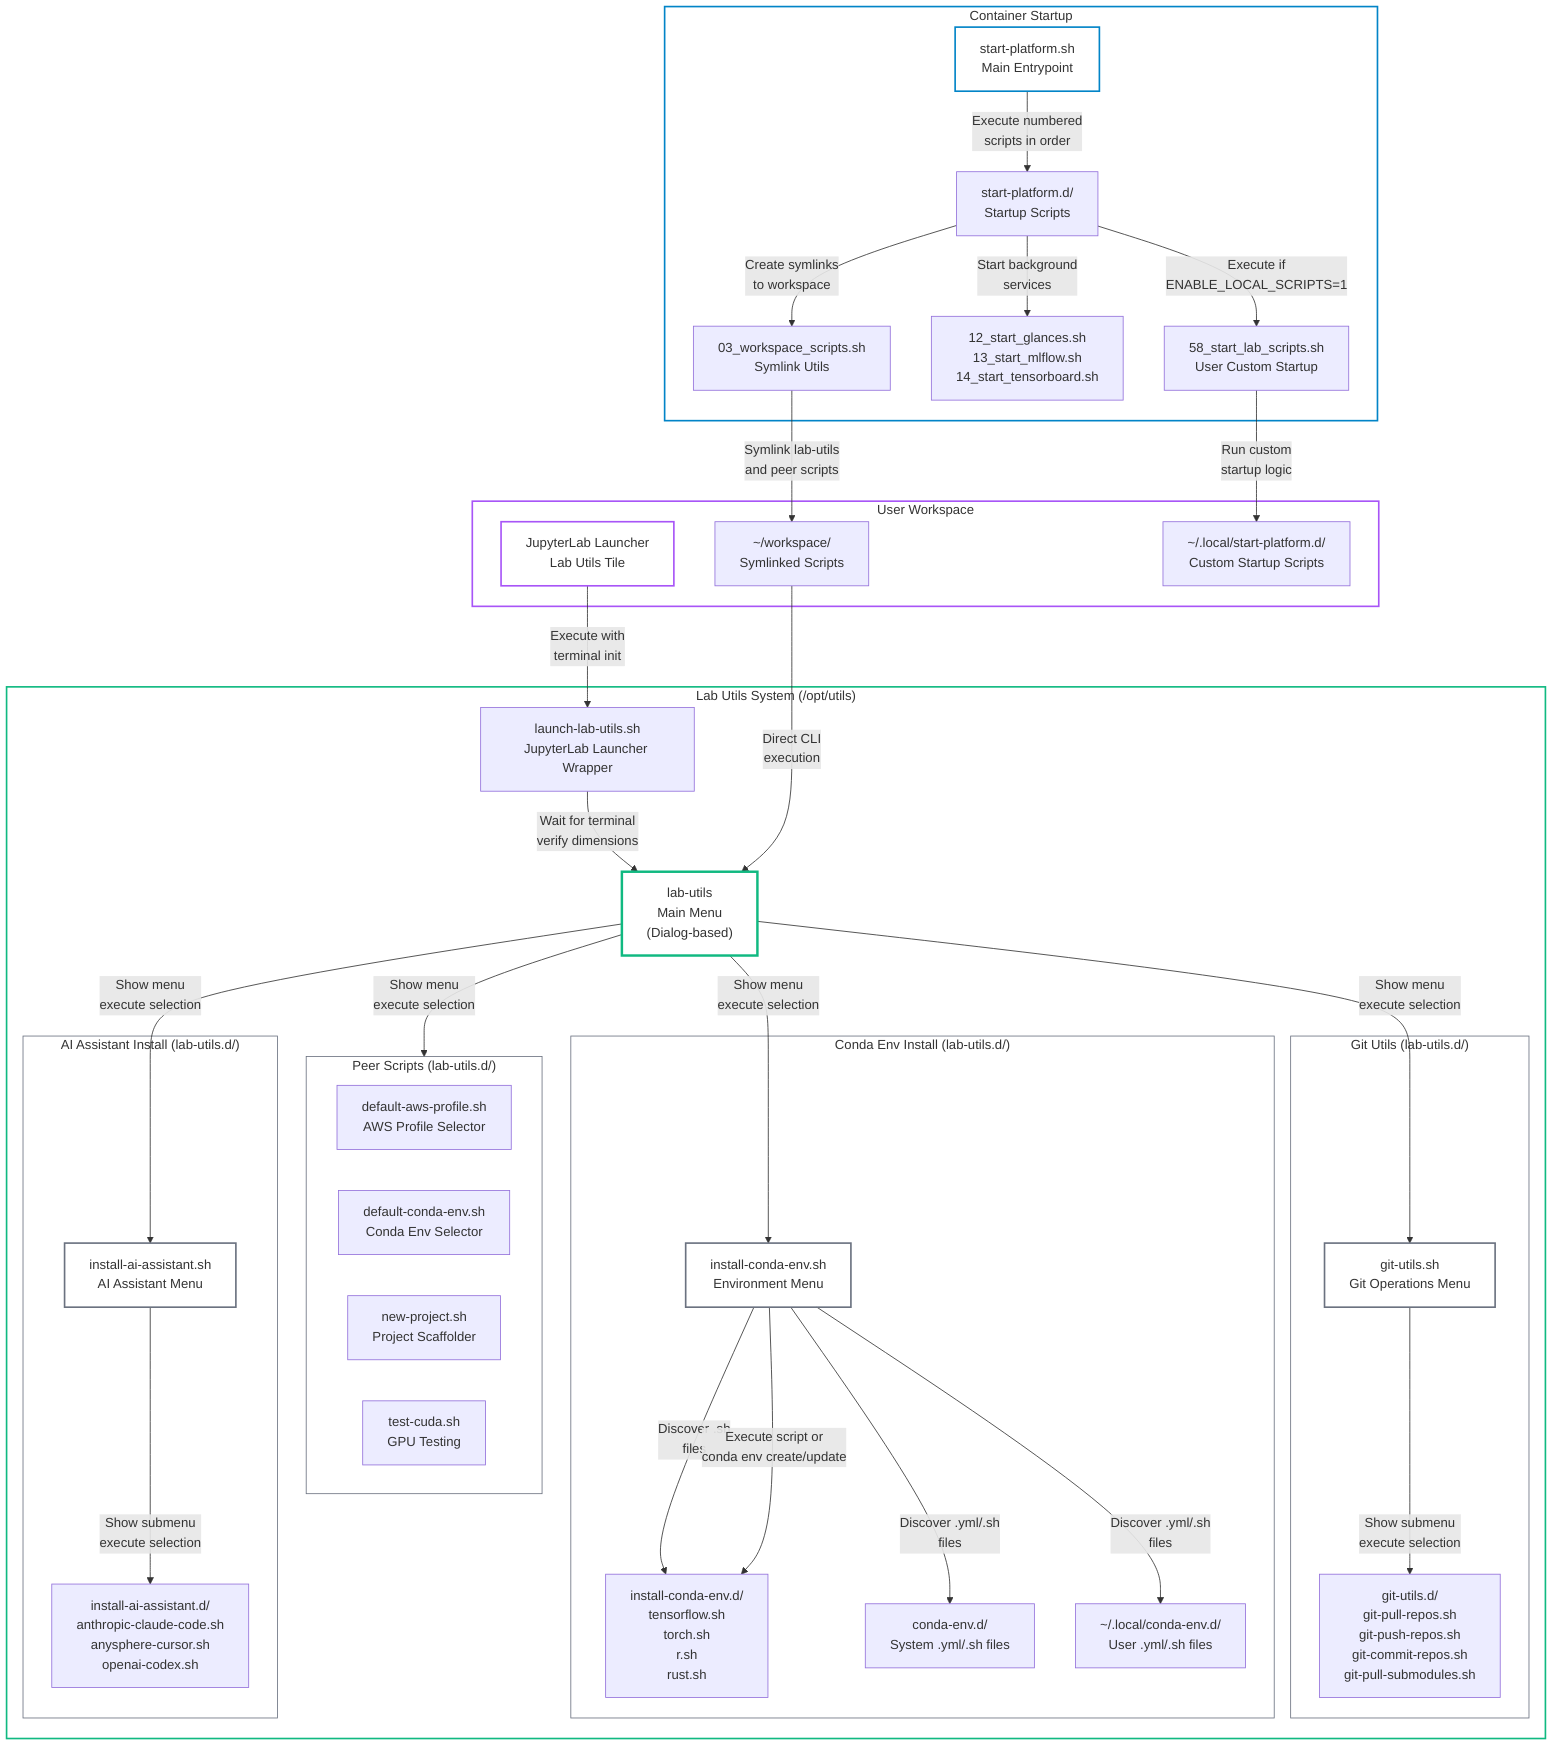
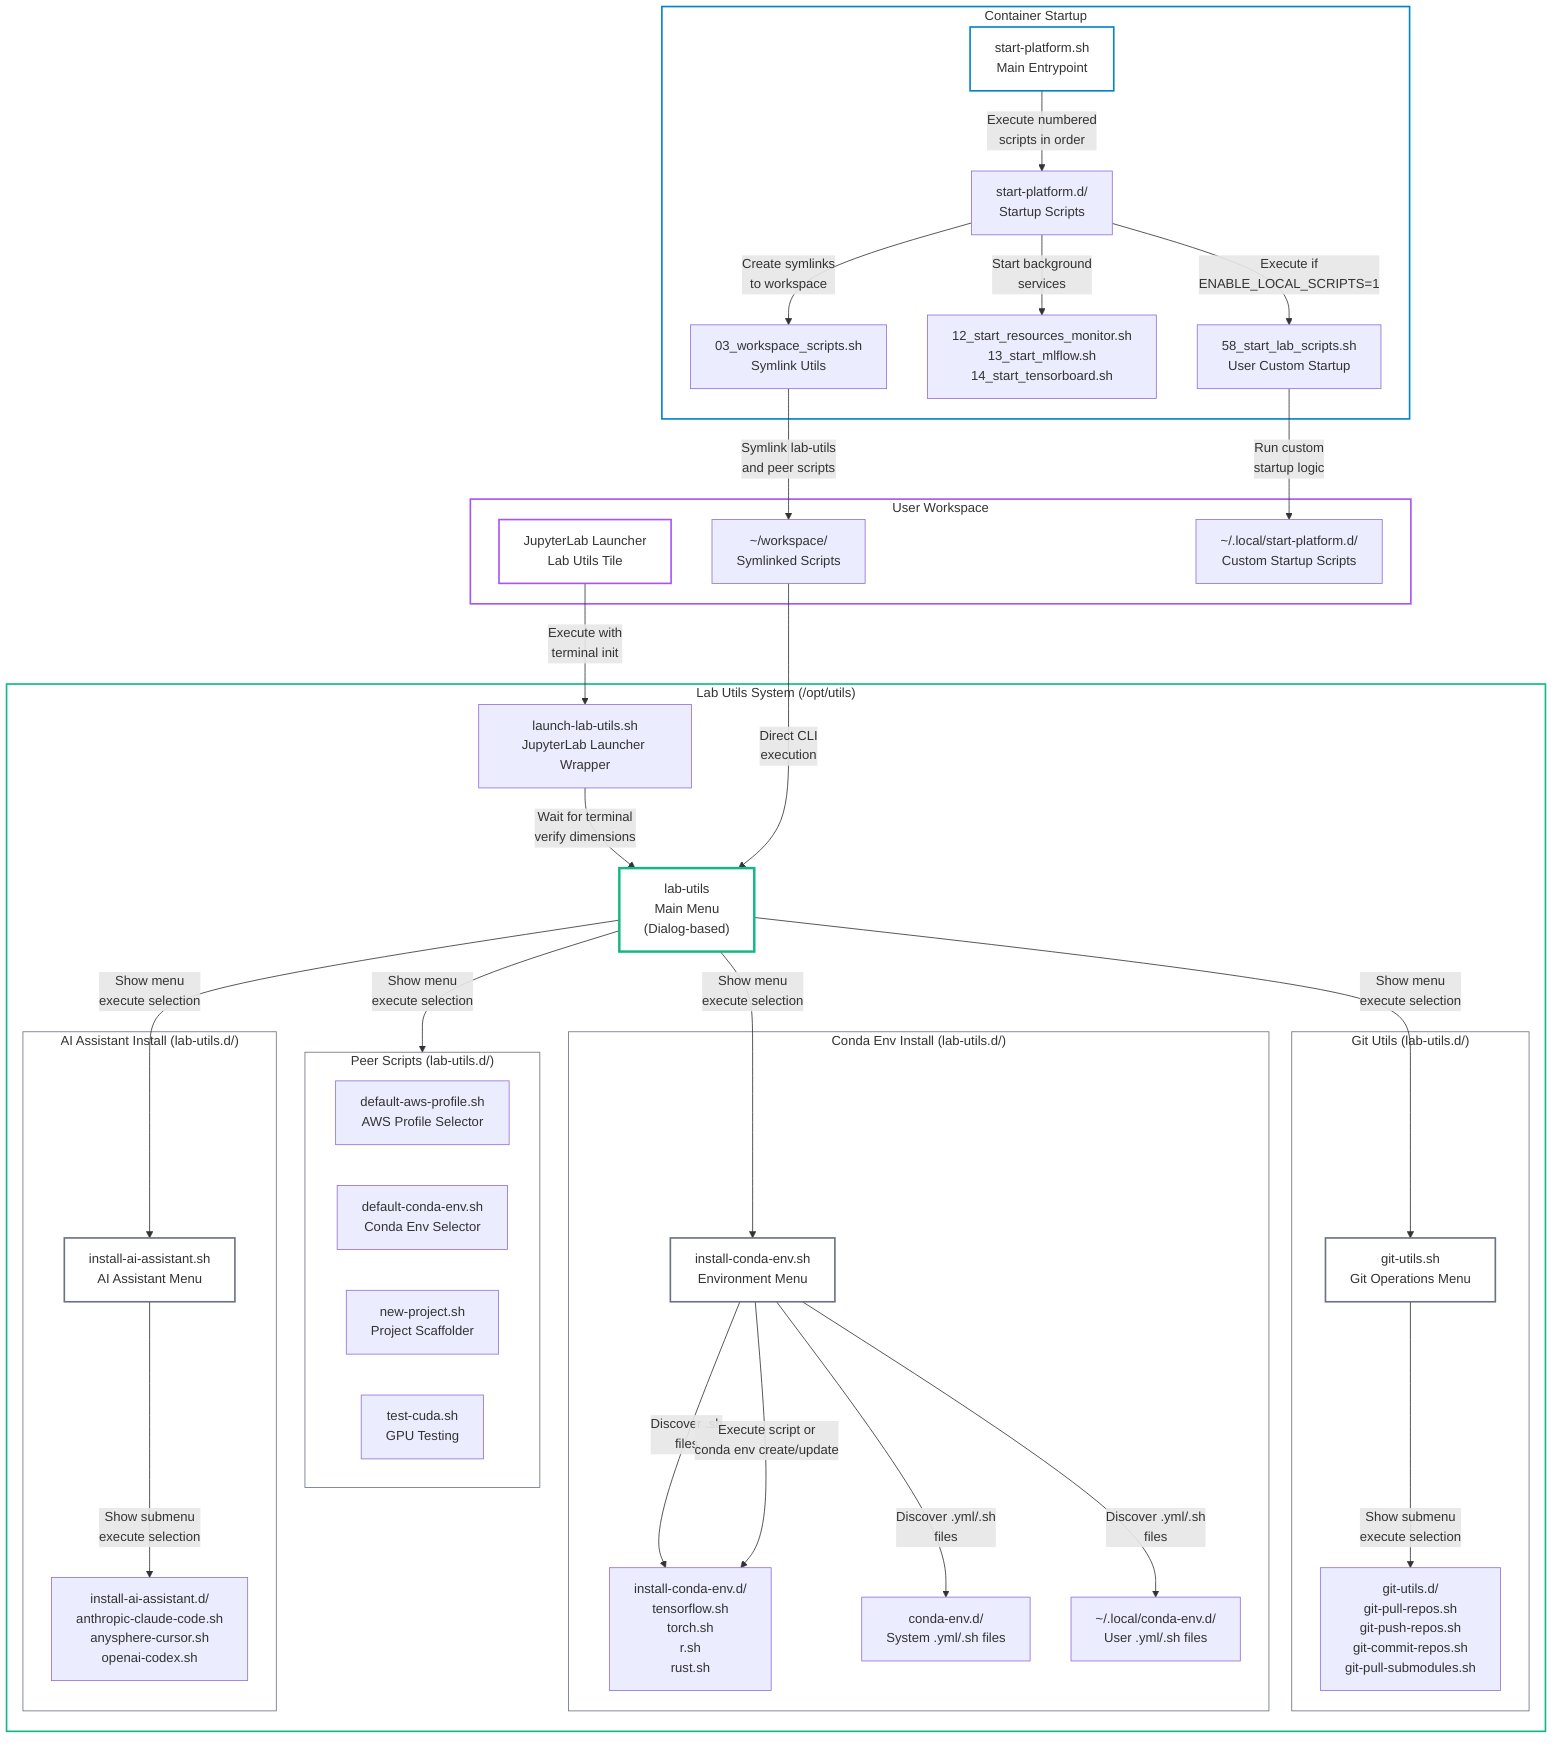
graph TB
    subgraph container["Container Startup"]
        start["start-platform.sh<br/>Main Entrypoint"]
        startup_scripts["start-platform.d/<br/>Startup Scripts"]

        workspace_scripts["03_workspace_scripts.sh<br/>Symlink Utils"]
-         start_services["12_start_glances.sh<br/>13_start_mlflow.sh<br/>14_start_tensorboard.sh"]
+         start_services["12_start_resources_monitor.sh<br/>13_start_mlflow.sh<br/>14_start_tensorboard.sh"]
        user_scripts["58_start_lab_scripts.sh<br/>User Custom Startup"]
    end

    subgraph utils["Lab Utils System (/opt/utils)"]
        lab_utils["lab-utils<br/>Main Menu<br/>(Dialog-based)"]
        launch_wrapper["launch-lab-utils.sh<br/>JupyterLab Launcher Wrapper"]

        subgraph peer_scripts["Peer Scripts (lab-utils.d/)"]
            aws_profile["default-aws-profile.sh<br/>AWS Profile Selector"]
            conda_env["default-conda-env.sh<br/>Conda Env Selector"]
            new_project["new-project.sh<br/>Project Scaffolder"]
            test_cuda["test-cuda.sh<br/>GPU Testing"]
        end

        subgraph git_menu["Git Utils (lab-utils.d/)"]
            git_runner["git-utils.sh<br/>Git Operations Menu"]
            git_scripts["git-utils.d/<br/>git-pull-repos.sh<br/>git-push-repos.sh<br/>git-commit-repos.sh<br/>git-pull-submodules.sh"]
        end

        subgraph conda_menu["Conda Env Install (lab-utils.d/)"]
            conda_runner["install-conda-env.sh<br/>Environment Menu"]
            conda_installers["install-conda-env.d/<br/>tensorflow.sh<br/>torch.sh<br/>r.sh<br/>rust.sh"]
            conda_system["conda-env.d/<br/>System .yml/.sh files"]
            conda_user["~/.local/conda-env.d/<br/>User .yml/.sh files"]
        end

        subgraph ai_menu["AI Assistant Install (lab-utils.d/)"]
            ai_runner["install-ai-assistant.sh<br/>AI Assistant Menu"]
            ai_installers["install-ai-assistant.d/<br/>anthropic-claude-code.sh<br/>anysphere-cursor.sh<br/>openai-codex.sh"]
        end
    end

    subgraph user["User Workspace"]
        workspace["~/workspace/<br/>Symlinked Scripts"]
        launcher["JupyterLab Launcher<br/>Lab Utils Tile"]
        user_startup["~/.local/start-platform.d/<br/>Custom Startup Scripts"]
    end

    start -->|"Execute numbered<br/>scripts in order"| startup_scripts
    startup_scripts -->|"Start background<br/>services"| start_services
    startup_scripts -->|"Create symlinks<br/>to workspace"| workspace_scripts
    startup_scripts -->|"Execute if<br/>ENABLE_LOCAL_SCRIPTS=1"| user_scripts

    workspace_scripts -->|"Symlink lab-utils<br/>and peer scripts"| workspace
    user_scripts -->|"Run custom<br/>startup logic"| user_startup

    launcher -->|"Execute with<br/>terminal init"| launch_wrapper
    launch_wrapper -->|"Wait for terminal<br/>verify dimensions"| lab_utils
    workspace -->|"Direct CLI<br/>execution"| lab_utils

    lab_utils -->|"Show menu<br/>execute selection"| peer_scripts
    lab_utils -->|"Show menu<br/>execute selection"| git_runner
    lab_utils -->|"Show menu<br/>execute selection"| conda_runner
    lab_utils -->|"Show menu<br/>execute selection"| ai_runner

    git_runner -->|"Show submenu<br/>execute selection"| git_scripts

    conda_runner -->|"Discover .sh<br/>files"| conda_installers
    conda_runner -->|"Discover .yml/.sh<br/>files"| conda_system
    conda_runner -->|"Discover .yml/.sh<br/>files"| conda_user
    conda_runner -->|"Execute script or<br/>conda env create/update"| conda_installers

    ai_runner -->|"Show submenu<br/>execute selection"| ai_installers

    style container fill:none,stroke:#0284c7,stroke-width:2px
    style utils fill:none,stroke:#10b981,stroke-width:2px
    style user fill:none,stroke:#a855f7,stroke-width:2px
    style peer_scripts fill:none,stroke:#6b7280,stroke-width:1px
    style git_menu fill:none,stroke:#6b7280,stroke-width:1px
    style conda_menu fill:none,stroke:#6b7280,stroke-width:1px
    style ai_menu fill:none,stroke:#6b7280,stroke-width:1px

    style start fill:none,stroke:#0284c7,stroke-width:2px
    style lab_utils fill:none,stroke:#10b981,stroke-width:3px
    style git_runner fill:none,stroke:#6b7280,stroke-width:2px
    style conda_runner fill:none,stroke:#6b7280,stroke-width:2px
    style ai_runner fill:none,stroke:#6b7280,stroke-width:2px
    style launcher fill:none,stroke:#a855f7,stroke-width:2px
